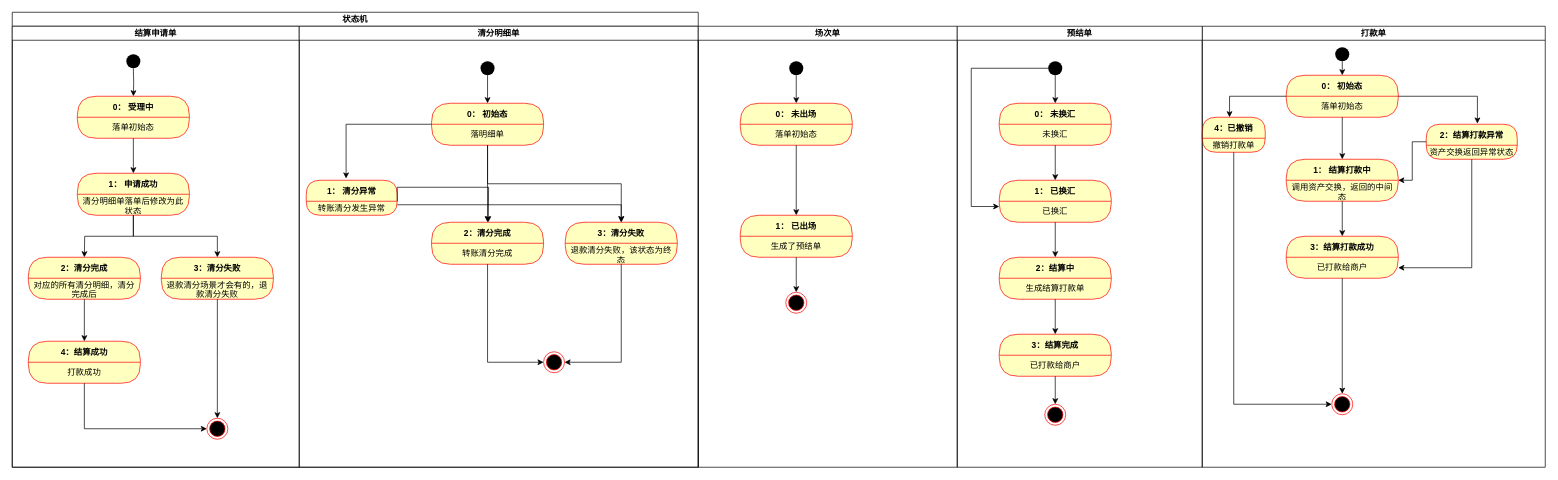
Earlier version of the draw.io diagram merchant-settle/状态机.drawio (DominicElvira/Diagrams). Source tidied: cells renumbered, new cells numbered last; positions are measured from the earlier drawing's top-left corner, leaving out a move shared by most shapes. Both pictures are drawn from the tidied source at 70%, with x=0, y=0 at pixel (12, 12).
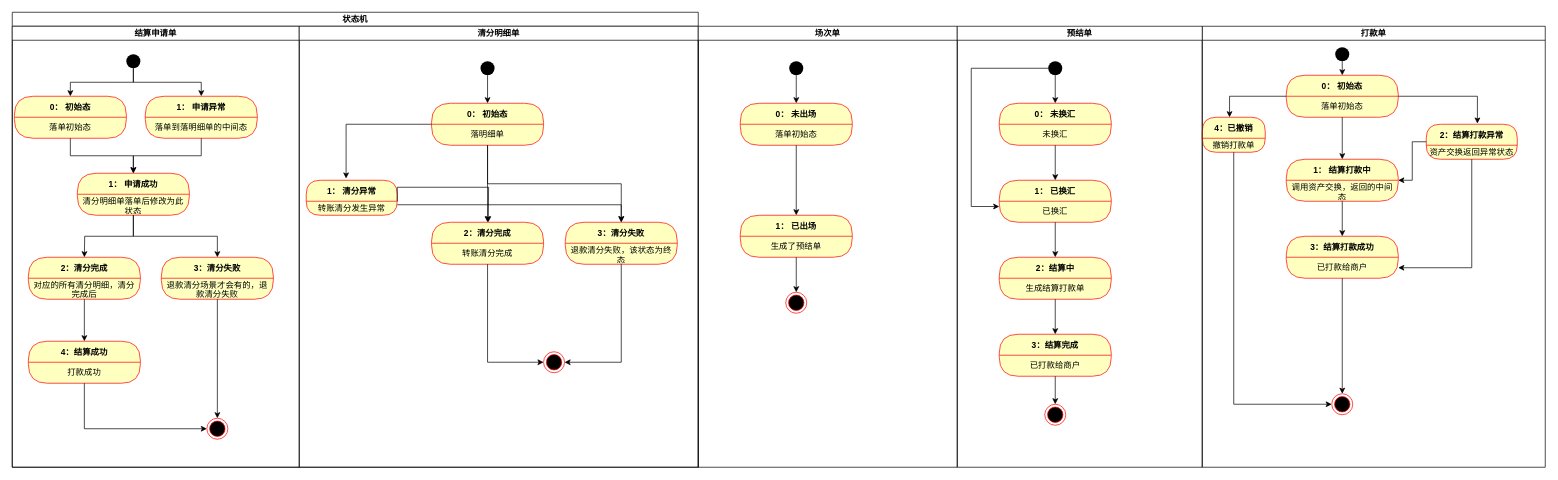
The same page after the edit.

Unchanged cells that the change refers to:
```xml
<mxCell id="3" value="结算申请单" style="swimlane;startSize=20;" parent="2" vertex="1">
  <mxGeometry y="20" width="410" height="630" as="geometry" />
</mxCell>
<mxCell id="5" style="ellipse;fillColor=#000000;strokeColor=none;" parent="3" vertex="1">
  <mxGeometry x="163" y="40" width="20" height="20" as="geometry" />
</mxCell>
<mxCell id="35" value="1： 申请成功" style="swimlane;fontStyle=1;align=center;verticalAlign=middle;horizontal=1;startSize=30;fontColor=#000000;rounded=1;arcSize=30;strokeColor=#ff0000;fillColor=#ffffc0;swimlaneFillColor=#ffffc0;" parent="1" vertex="1">
  <mxGeometry x="93" y="230" width="160" height="60" as="geometry" />
</mxCell>
```

The edit, as a diff of the source:
```diff
@@
     <mxCell id="4" style="edgeStyle=orthogonalEdgeStyle;rounded=0;jettySize=auto;html=1;exitX=0.5;exitY=1;exitDx=0;exitDy=0;entryX=0.5;entryY=0;entryDx=0;entryDy=0;" parent="3" edge="1" target="6">
       <mxGeometry relative="1" as="geometry">
         <mxPoint x="173" y="60" as="sourcePoint" />
+        <Array as="points">
+          <mxPoint x="173" y="80" />
+          <mxPoint x="83" y="80" />
+        </Array>
       </mxGeometry>
     </mxCell>
+    <mxCell id="91" style="edgeStyle=orthogonalEdgeStyle;rounded=0;jettySize=auto;html=1;exitX=0.5;exitY=1;exitDx=0;exitDy=0;entryX=0.5;entryY=0;entryDx=0;entryDy=0;" parent="3" edge="1" source="5" target="92">
+      <mxGeometry relative="1" as="geometry" />
+    </mxCell>
@@
-    <mxCell id="6" value="0： 受理中" style="swimlane;fontStyle=1;align=center;verticalAlign=middle;horizontal=1;startSize=30;fontColor=#000000;rounded=1;arcSize=30;strokeColor=#ff0000;fillColor=#ffffc0;swimlaneFillColor=#ffffc0;" parent="3" vertex="1">
-      <mxGeometry x="93" y="100" width="160" height="60" as="geometry" />
+    <mxCell id="6" value="0： 初始态" style="swimlane;fontStyle=1;align=center;verticalAlign=middle;horizontal=1;startSize=30;fontColor=#000000;rounded=1;arcSize=30;strokeColor=#ff0000;fillColor=#ffffc0;swimlaneFillColor=#ffffc0;" parent="3" vertex="1">
+      <mxGeometry x="3" y="100" width="160" height="60" as="geometry" />
     </mxCell>
@@
+    <mxCell id="92" value="1： 申请异常" style="swimlane;fontStyle=1;align=center;verticalAlign=middle;horizontal=1;startSize=30;fontColor=#000000;rounded=1;arcSize=30;strokeColor=#ff0000;fillColor=#ffffc0;swimlaneFillColor=#ffffc0;" parent="3" vertex="1">
+      <mxGeometry x="190" y="100" width="160" height="60" as="geometry" />
+    </mxCell>
+    <mxCell id="93" value="落单到落明细单的中间态" style="text;html=1;strokeColor=none;fillColor=none;align=center;verticalAlign=middle;spacingLeft=4;spacingRight=4;whiteSpace=wrap;overflow=hidden;fontColor=#000000;" parent="92" vertex="1">
+      <mxGeometry y="30" width="160" height="30" as="geometry" />
+    </mxCell>
@@
+    <mxCell id="94" style="edgeStyle=orthogonalEdgeStyle;rounded=0;jettySize=auto;html=1;exitX=0.5;exitY=1;exitDx=0;exitDy=0;entryX=0.5;entryY=0;entryDx=0;entryDy=0;" parent="1" edge="1" source="93" target="35">
+      <mxGeometry relative="1" as="geometry" />
+    </mxCell>
```
